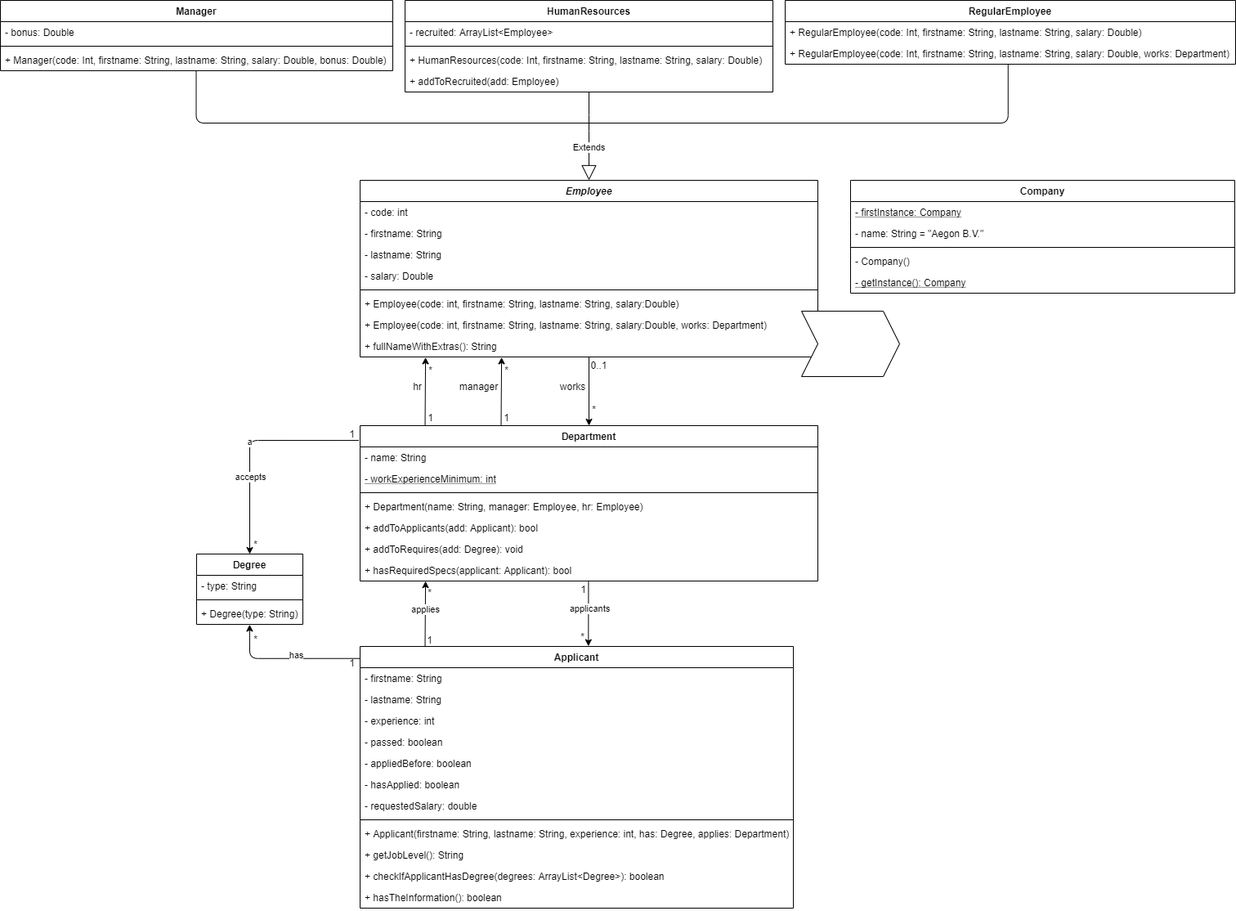
The draw.io diagram portfolio.png in batugungor/job-application-tool, before a commit. Source tidied: cells renumbered, new cells last; positions are measured from the earlier drawing's top-left corner, leaving out a move shared by most shapes.
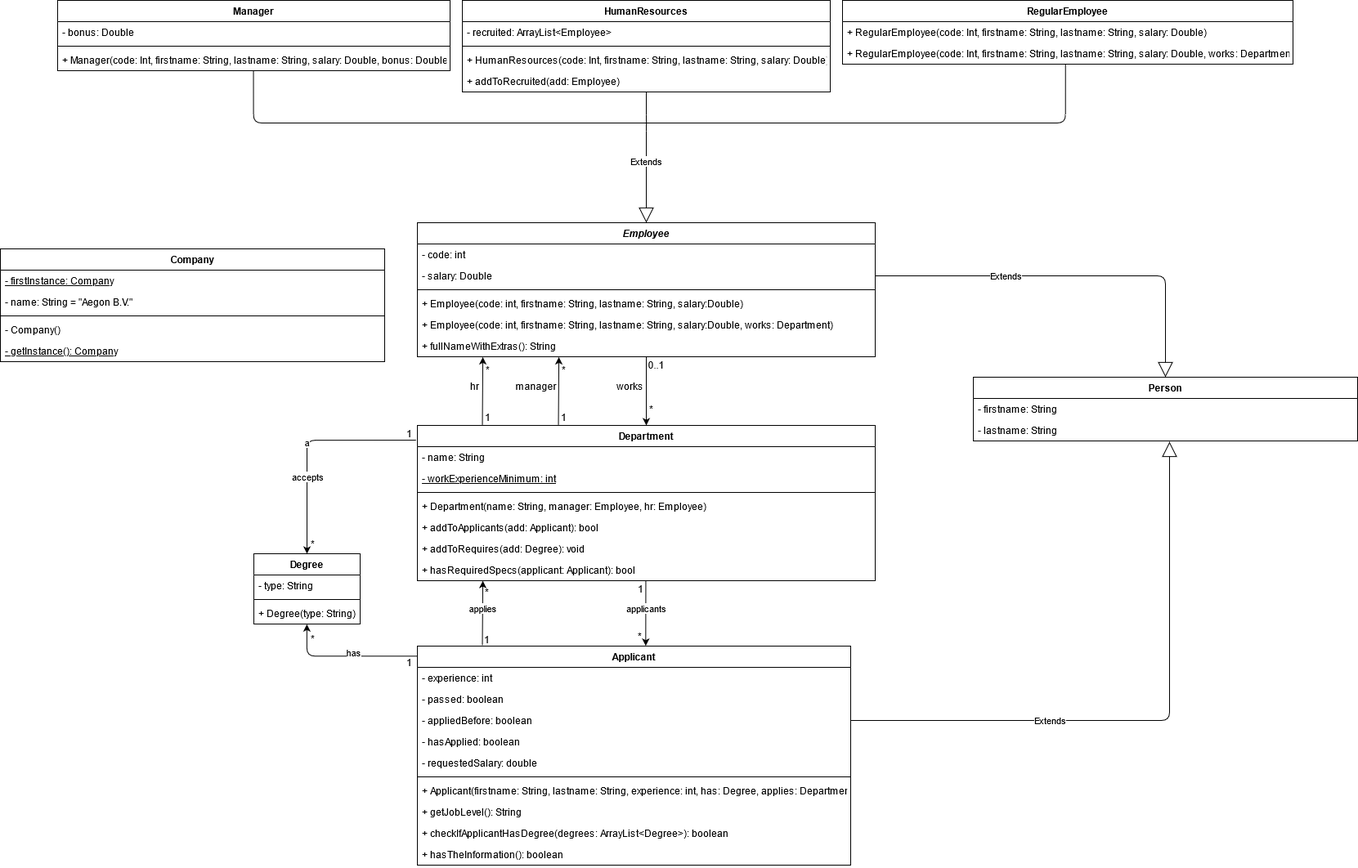
After the commit.

Diff of the diagram source:
```diff
@@ -3,31 +3,25 @@
     <mxCell id="0" />
     <mxCell id="1" parent="0" />
     <mxCell id="2" value="Employee" style="swimlane;fontStyle=3;align=center;verticalAlign=top;horizontal=1;startSize=26;" parent="1" vertex="1">
-      <mxGeometry x="440" y="220" width="560" height="216" as="geometry" />
+      <mxGeometry x="440" y="272" width="560" height="164" as="geometry" />
     </mxCell>
     <mxCell id="3" value="- code: int" style="text;strokeColor=none;fillColor=none;align=left;verticalAlign=top;spacingLeft=4;spacingRight=4;overflow=hidden;" parent="2" vertex="1">
       <mxGeometry y="26" width="560" height="26" as="geometry" />
     </mxCell>
-    <mxCell id="4" value="- firstname: String" style="text;strokeColor=none;fillColor=none;align=left;verticalAlign=top;spacingLeft=4;spacingRight=4;overflow=hidden;" parent="2" vertex="1">
-      <mxGeometry y="52" width="560" height="26" as="geometry" />
-    </mxCell>
-    <mxCell id="5" value="- lastname: String" style="text;strokeColor=none;fillColor=none;align=left;verticalAlign=top;spacingLeft=4;spacingRight=4;overflow=hidden;" parent="2" vertex="1">
-      <mxGeometry y="78" width="560" height="26" as="geometry" />
-    </mxCell>
     <mxCell id="6" value="- salary: Double" style="text;strokeColor=none;fillColor=none;align=left;verticalAlign=top;spacingLeft=4;spacingRight=4;overflow=hidden;points=[[0,0.5],[1,0.5]];portConstraint=eastwest;" parent="2" vertex="1">
-      <mxGeometry y="104" width="560" height="26" as="geometry" />
+      <mxGeometry y="52" width="560" height="26" as="geometry" />
     </mxCell>
     <mxCell id="7" style="line;strokeWidth=1;fillColor=none;align=left;verticalAlign=middle;spacingTop=-1;spacingLeft=3;spacingRight=3;labelPosition=right;" parent="2" vertex="1">
-      <mxGeometry y="130" width="560" height="8" as="geometry" />
+      <mxGeometry y="78" width="560" height="8" as="geometry" />
     </mxCell>
     <mxCell id="8" value="+ Employee(code: int, firstname: String, lastname: String, salary:Double)" style="text;strokeColor=none;fillColor=none;align=left;verticalAlign=top;spacingLeft=4;spacingRight=4;overflow=hidden;" parent="2" vertex="1">
-      <mxGeometry y="138" width="560" height="26" as="geometry" />
+      <mxGeometry y="86" width="560" height="26" as="geometry" />
     </mxCell>
     <mxCell id="9" value="+ Employee(code: int, firstname: String, lastname: String, salary:Double, works: Department)" style="text;strokeColor=none;fillColor=none;align=left;verticalAlign=top;spacingLeft=4;spacingRight=4;overflow=hidden;" parent="2" vertex="1">
-      <mxGeometry y="164" width="560" height="26" as="geometry" />
+      <mxGeometry y="112" width="560" height="26" as="geometry" />
     </mxCell>
     <mxCell id="10" value="+ fullNameWithExtras(): String" style="text;strokeColor=none;fillColor=none;align=left;verticalAlign=top;spacingLeft=4;spacingRight=4;overflow=hidden;points=[[0,0.5],[1,0.5]];portConstraint=eastwest;" parent="2" vertex="1">
-      <mxGeometry y="190" width="560" height="26" as="geometry" />
+      <mxGeometry y="138" width="560" height="26" as="geometry" />
     </mxCell>
     <mxCell id="11" value="HumanResources" style="swimlane;fontStyle=1;align=center;verticalAlign=top;horizontal=1;startSize=26;" parent="1" vertex="1">
       <mxGeometry x="495" width="450" height="112" as="geometry" />
@@ -174,43 +168,37 @@
       <mxGeometry y="60" width="130" height="26" as="geometry" />
     </mxCell>
     <mxCell id="52" value="Applicant" style="swimlane;fontStyle=1;align=center;verticalAlign=top;horizontal=1;startSize=26;" parent="1" vertex="1">
-      <mxGeometry x="440" y="790" width="530" height="320" as="geometry" />
+      <mxGeometry x="440" y="790" width="530" height="268" as="geometry" />
     </mxCell>
-    <mxCell id="53" value="- firstname: String" style="text;strokeColor=none;fillColor=none;align=left;verticalAlign=top;spacingLeft=4;spacingRight=4;overflow=hidden;" parent="52" vertex="1">
-      <mxGeometry y="26" width="530" height="26" as="geometry" />
-    </mxCell>
-    <mxCell id="54" value="- lastname: String" style="text;strokeColor=none;fillColor=none;align=left;verticalAlign=top;spacingLeft=4;spacingRight=4;overflow=hidden;" parent="52" vertex="1">
-      <mxGeometry y="52" width="530" height="26" as="geometry" />
-    </mxCell>
     <mxCell id="55" value="- experience: int" style="text;strokeColor=none;fillColor=none;align=left;verticalAlign=top;spacingLeft=4;spacingRight=4;overflow=hidden;" parent="52" vertex="1">
-      <mxGeometry y="78" width="530" height="26" as="geometry" />
+      <mxGeometry y="26" width="530" height="26" as="geometry" />
     </mxCell>
     <mxCell id="56" value="- passed: boolean" style="text;strokeColor=none;fillColor=none;align=left;verticalAlign=top;spacingLeft=4;spacingRight=4;overflow=hidden;" parent="52" vertex="1">
-      <mxGeometry y="104" width="530" height="26" as="geometry" />
+      <mxGeometry y="52" width="530" height="26" as="geometry" />
     </mxCell>
     <mxCell id="57" value="- appliedBefore: boolean" style="text;strokeColor=none;fillColor=none;align=left;verticalAlign=top;spacingLeft=4;spacingRight=4;overflow=hidden;points=[[0,0.5],[1,0.5]];portConstraint=eastwest;" parent="52" vertex="1">
-      <mxGeometry y="130" width="530" height="26" as="geometry" />
+      <mxGeometry y="78" width="530" height="26" as="geometry" />
     </mxCell>
     <mxCell id="58" value="- hasApplied: boolean" style="text;strokeColor=none;fillColor=none;align=left;verticalAlign=top;spacingLeft=4;spacingRight=4;overflow=hidden;" parent="52" vertex="1">
-      <mxGeometry y="156" width="530" height="26" as="geometry" />
+      <mxGeometry y="104" width="530" height="26" as="geometry" />
     </mxCell>
     <mxCell id="59" value="- requestedSalary: double" style="text;strokeColor=none;fillColor=none;align=left;verticalAlign=top;spacingLeft=4;spacingRight=4;overflow=hidden;" parent="52" vertex="1">
-      <mxGeometry y="182" width="530" height="26" as="geometry" />
+      <mxGeometry y="130" width="530" height="26" as="geometry" />
     </mxCell>
     <mxCell id="60" style="line;strokeWidth=1;fillColor=none;align=left;verticalAlign=middle;spacingTop=-1;spacingLeft=3;spacingRight=3;labelPosition=right;" parent="52" vertex="1">
-      <mxGeometry y="208" width="530" height="8" as="geometry" />
+      <mxGeometry y="156" width="530" height="8" as="geometry" />
     </mxCell>
     <mxCell id="61" value="+ Applicant(firstname: String, lastname: String, experience: int, has: Degree, applies: Department)" style="text;strokeColor=none;fillColor=none;align=left;verticalAlign=top;spacingLeft=4;spacingRight=4;overflow=hidden;" parent="52" vertex="1">
-      <mxGeometry y="216" width="530" height="26" as="geometry" />
+      <mxGeometry y="164" width="530" height="26" as="geometry" />
     </mxCell>
     <mxCell id="62" value="+ getJobLevel(): String" style="text;strokeColor=none;fillColor=none;align=left;verticalAlign=top;spacingLeft=4;spacingRight=4;overflow=hidden;" parent="52" vertex="1">
-      <mxGeometry y="242" width="530" height="26" as="geometry" />
+      <mxGeometry y="190" width="530" height="26" as="geometry" />
     </mxCell>
     <mxCell id="63" value="+ checkIfApplicantHasDegree(degrees: ArrayList&lt;Degree&gt;): boolean" style="text;strokeColor=none;fillColor=none;align=left;verticalAlign=top;spacingLeft=4;spacingRight=4;overflow=hidden;" parent="52" vertex="1">
-      <mxGeometry y="268" width="530" height="26" as="geometry" />
+      <mxGeometry y="216" width="530" height="26" as="geometry" />
     </mxCell>
     <mxCell id="64" value="+ hasTheInformation(): boolean" style="text;strokeColor=none;fillColor=none;align=left;verticalAlign=top;spacingLeft=4;spacingRight=4;overflow=hidden;" parent="52" vertex="1">
-      <mxGeometry y="294" width="530" height="26" as="geometry" />
+      <mxGeometry y="242" width="530" height="26" as="geometry" />
     </mxCell>
     <mxCell id="65" style="endArrow=classic;html=1;exitX=0.15;exitY=-0.003;exitDx=0;exitDy=0;exitPerimeter=0;entryX=0.143;entryY=1.004;entryDx=0;entryDy=0;entryPerimeter=0;" parent="1" edge="1" source="52" target="35">
       <mxGeometry relative="1" as="geometry" />
@@ -265,7 +253,7 @@
       <mxGeometry x="302" y="771" width="20" height="20" as="geometry" />
     </mxCell>
     <mxCell id="81" value="Company" style="swimlane;fontStyle=1;align=center;verticalAlign=top;horizontal=1;startSize=26;" parent="1" vertex="1">
-      <mxGeometry x="1040" y="220" width="470" height="138" as="geometry" />
+      <mxGeometry x="-70" y="304" width="470" height="138" as="geometry" />
     </mxCell>
     <mxCell id="82" value="- firstInstance: Company" style="text;strokeColor=none;fillColor=none;align=left;verticalAlign=top;spacingLeft=4;spacingRight=4;overflow=hidden;fontStyle=4;" parent="81" vertex="1">
       <mxGeometry y="26" width="470" height="26" as="geometry" />
@@ -282,8 +270,22 @@
     <mxCell id="86" value="- getInstance(): Company" style="text;strokeColor=none;fillColor=none;align=left;verticalAlign=top;spacingLeft=4;spacingRight=4;overflow=hidden;fontStyle=4;" parent="81" vertex="1">
       <mxGeometry y="112" width="470" height="26" as="geometry" />
     </mxCell>
-    <mxCell id="87" style="shape=step;perimeter=stepPerimeter;whiteSpace=wrap;html=1;fixedSize=1;" parent="1" vertex="1">
-      <mxGeometry x="980" y="380" width="120" height="80" as="geometry" />
-    </mxCell>
+    <mxCell id="88" value="Person" style="swimlane;fontStyle=1;align=center;verticalAlign=top;horizontal=1;startSize=26;" parent="1" vertex="1">
+      <mxGeometry x="1120" y="461" width="470" height="78" as="geometry" />
+    </mxCell>
+    <mxCell id="89" value="- firstname: String" style="text;strokeColor=none;fillColor=none;align=left;verticalAlign=top;spacingLeft=4;spacingRight=4;overflow=hidden;" parent="88" vertex="1">
+      <mxGeometry y="26" width="470" height="26" as="geometry" />
+    </mxCell>
+    <mxCell id="90" value="- lastname: String" style="text;strokeColor=none;fillColor=none;align=left;verticalAlign=top;spacingLeft=4;spacingRight=4;overflow=hidden;" parent="88" vertex="1">
+      <mxGeometry y="52" width="470" height="26" as="geometry" />
+    </mxCell>
+    <mxCell id="91" value="Extends" style="endArrow=block;endSize=16;endFill=0;html=1;entryX=0.5;entryY=0;entryDx=0;entryDy=0;exitX=1;exitY=0.5;exitDx=0;exitDy=0;edgeStyle=orthogonalEdgeStyle;" parent="1" edge="1" source="6" target="88">
+      <mxGeometry x="-0.33" relative="1" as="geometry" />
+    </mxCell>
+    <mxCell id="92" value="Extends" style="endArrow=block;endSize=16;endFill=0;html=1;exitX=1;exitY=0.5;exitDx=0;exitDy=0;edgeStyle=orthogonalEdgeStyle;" parent="1" edge="1" source="57">
+      <mxGeometry x="-0.33" relative="1" as="geometry">
+        <mxPoint x="1360" y="540" as="targetPoint" />
+      </mxGeometry>
+    </mxCell>
   </root>
 </mxGraphModel>
```
